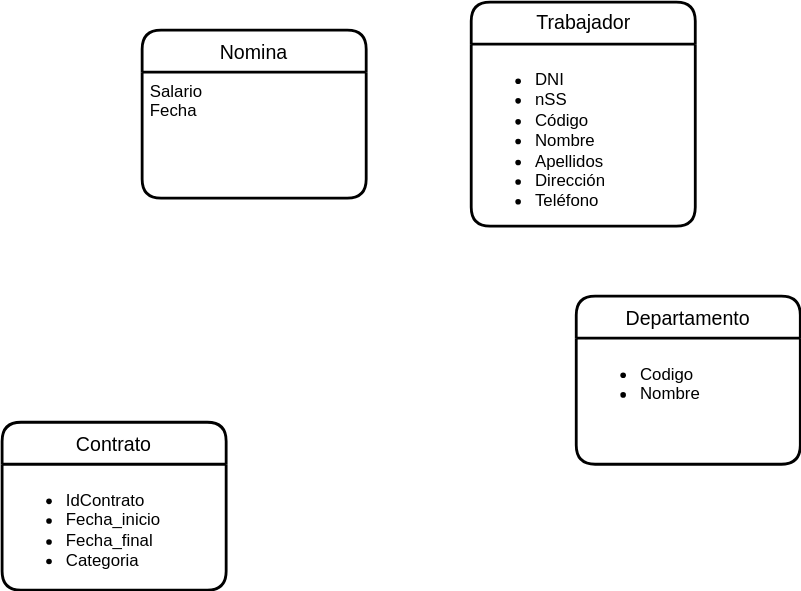
This is UD12-7.svg from Jimxx22/C3-UD11-UML, a draw.io export, as it was before one commit. Source tidied: cells renumbered, new cells last; positions are measured from the earlier drawing's top-left corner, leaving out a move shared by most shapes.
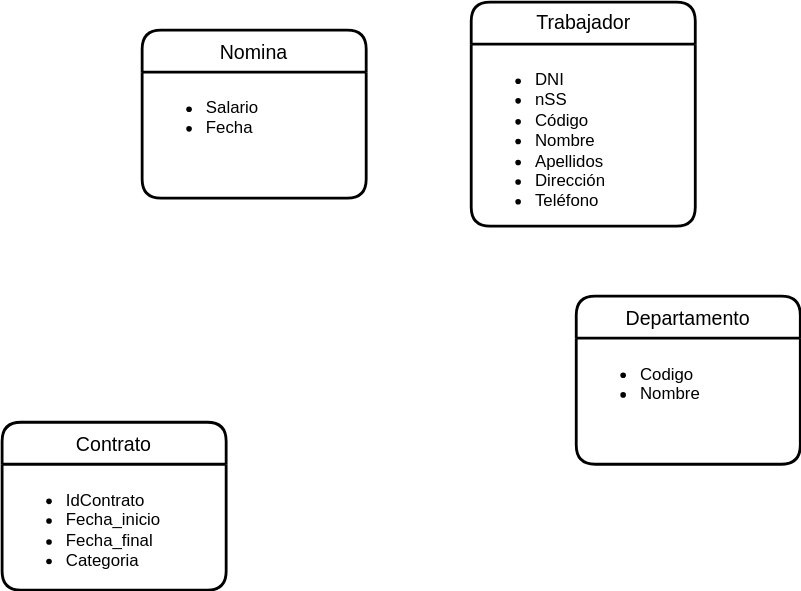
Later version of the same file.

The edit, as a diff of the source:
```diff
@@ -23,7 +23,7 @@
     <mxCell id="8" value="Nomina" style="swimlane;horizontal=1;startSize=30;rounded=1;fontSize=14;fontStyle=0;strokeWidth=2;shadow=0;dashed=0;align=center;" parent="1" vertex="1">
       <mxGeometry x="100" y="20" width="160" height="120" as="geometry" />
     </mxCell>
-    <mxCell id="9" value="Salario&#10;Fecha" style="align=left;strokeColor=none;fillColor=none;spacingLeft=4;fontSize=12;verticalAlign=top;" parent="8" vertex="1">
+    <mxCell id="9" value="&lt;ul&gt;&lt;li&gt;Salario&lt;/li&gt;&lt;li&gt;Fecha&lt;/li&gt;&lt;/ul&gt;" style="align=left;strokeColor=none;fillColor=none;spacingLeft=4;fontSize=12;verticalAlign=top;html=1;" parent="8" vertex="1">
       <mxGeometry y="30" width="160" height="90" as="geometry" />
     </mxCell>
   </root>
```
